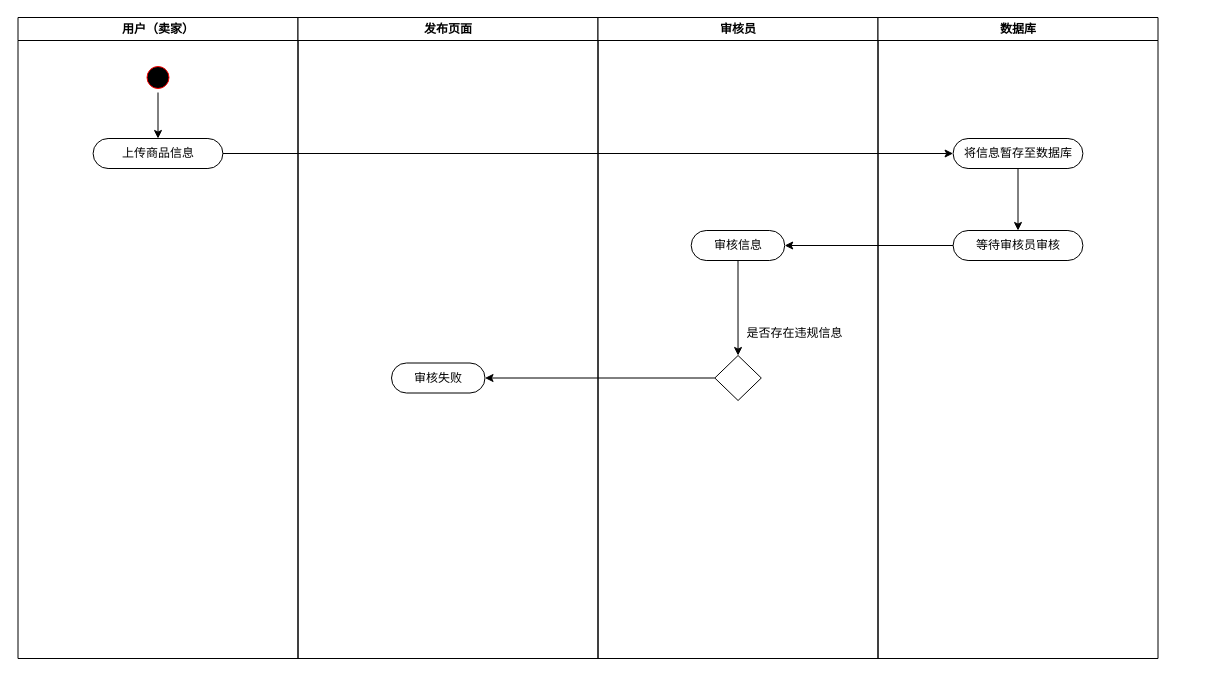
Earlier version of the draw.io diagram 商品审核活动图.drawio (200928/image). Source tidied: cells renumbered, new cells numbered last; positions are measured from the earlier drawing's top-left corner, leaving out a move shared by most shapes. Both pictures are drawn from the tidied source at 100%, with x=0, y=0 at pixel (17, 17).
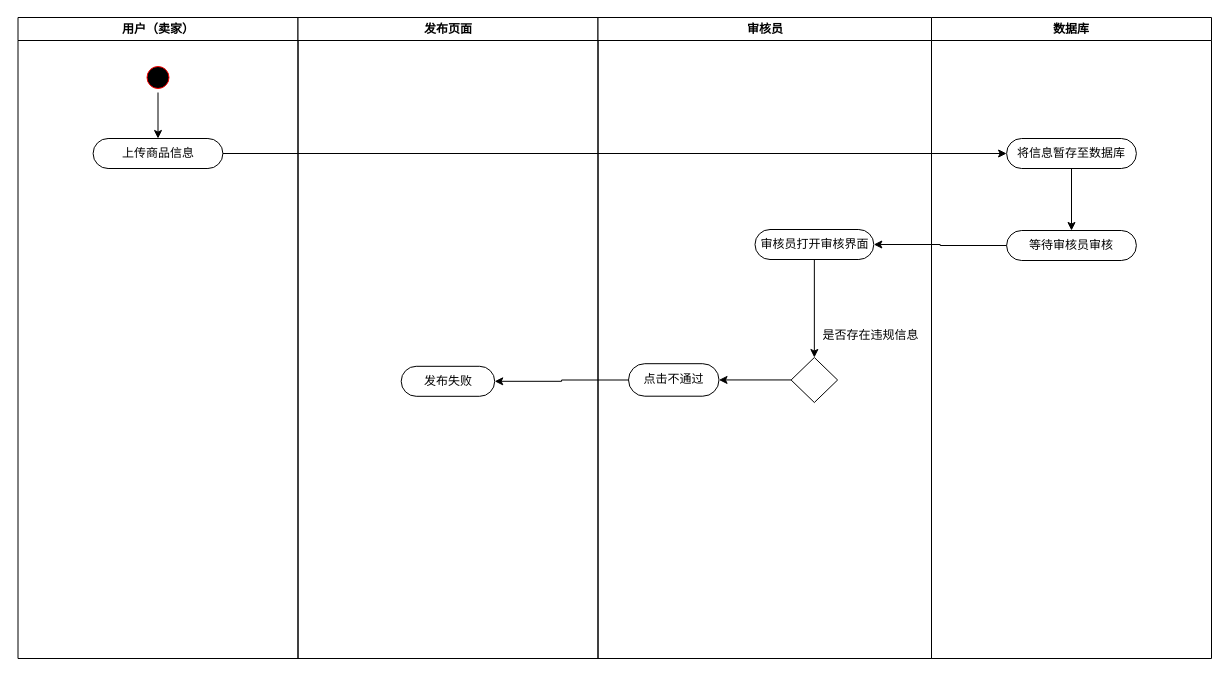
Above is the later version.

Commit message (it also covers changes not shown here):
更新商品审核活动图.drawio

The change refers to these unchanged cells:
```xml
<mxCell id="6" value="发布页面" style="swimlane;whiteSpace=wrap;" parent="1" vertex="1">
  <mxGeometry x="280.5" width="300" height="641" as="geometry" />
</mxCell>
```

What changed in the source:
```diff
@@
-    <mxCell id="7" value="审核失败" style="rounded=1;whiteSpace=wrap;html=1;arcSize=50;" parent="6" vertex="1">
-      <mxGeometry x="93.5" y="345.5" width="93.5" height="30" as="geometry" />
+    <mxCell id="7" value="发布失败" style="rounded=1;whiteSpace=wrap;html=1;arcSize=50;" parent="6" vertex="1">
+      <mxGeometry x="103.2" y="348.8" width="93.5" height="30" as="geometry" />
     </mxCell>
     <mxCell id="8" value="审核员" style="swimlane;whiteSpace=wrap;" parent="1" vertex="1">
-      <mxGeometry x="580.5" width="280" height="641" as="geometry" />
+      <mxGeometry x="580.5" width="333.5" height="641" as="geometry" />
     </mxCell>
@@
-    <mxCell id="10" value="审核信息" style="rounded=1;whiteSpace=wrap;html=1;arcSize=50;" parent="8" vertex="1">
-      <mxGeometry x="93.2" y="213" width="93.5" height="30" as="geometry" />
+    <mxCell id="10" value="审核员打开审核界面" style="rounded=1;whiteSpace=wrap;html=1;arcSize=50;" parent="8" vertex="1">
+      <mxGeometry x="157" y="212" width="118.8" height="30" as="geometry" />
     </mxCell>
+    <mxCell id="20" style="edgeStyle=orthogonalEdgeStyle;rounded=0;jettySize=auto;html=1;entryX=1;entryY=0.5;entryDx=0;entryDy=0;" parent="8" edge="1" source="11" target="21">
+      <mxGeometry relative="1" as="geometry" />
+    </mxCell>
     <mxCell id="11" style="rhombus;whiteSpace=wrap;html=1;" parent="8" vertex="1">
-      <mxGeometry x="116.8" y="338" width="46.5" height="45" as="geometry" />
+      <mxGeometry x="193.1" y="340" width="46.5" height="45" as="geometry" />
     </mxCell>
     <mxCell id="12" value="是否存在违规信息" style="text;html=1;align=center;verticalAlign=middle;strokeColor=none;fillColor=none;" parent="8" vertex="1">
-      <mxGeometry x="143.5" y="307" width="106" height="18" as="geometry" />
+      <mxGeometry x="219.9" y="309" width="106" height="18" as="geometry" />
     </mxCell>
+    <mxCell id="21" value="点击不通过" style="rounded=1;whiteSpace=wrap;html=1;arcSize=50;" parent="8" vertex="1">
+      <mxGeometry x="30.5" y="346.2" width="90.5" height="32.5" as="geometry" />
+    </mxCell>
     <mxCell id="13" value="数据库" style="swimlane;whiteSpace=wrap;" parent="1" vertex="1">
-      <mxGeometry x="860.5" width="280" height="641" as="geometry" />
+      <mxGeometry x="914" width="280" height="641" as="geometry" />
     </mxCell>
@@
-    <mxCell id="19" style="edgeStyle=orthogonalEdgeStyle;rounded=0;jettySize=auto;html=1;entryX=1;entryY=0.5;entryDx=0;entryDy=0;" parent="1" edge="1" source="11" target="7">
-      <mxGeometry relative="1" as="geometry" />
-    </mxCell>
+    <mxCell id="22" style="edgeStyle=orthogonalEdgeStyle;rounded=0;jettySize=auto;html=1;entryX=1;entryY=0.5;entryDx=0;entryDy=0;" parent="1" edge="1" source="21" target="7">
+      <mxGeometry relative="1" as="geometry" />
+    </mxCell>
```
